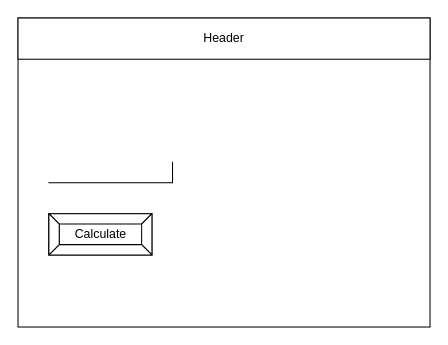
Above: design/story-board.drawio in Timothy-Manwell/ICS2O-Assignment-4 (draw.io), before the change. Source tidied: cells renumbered, new cells numbered last; positions are measured from the earlier drawing's top-left corner, leaving out a move shared by most shapes. Both pictures are drawn from the tidied source at 103%, with x=0, y=0 at pixel (18, 18).
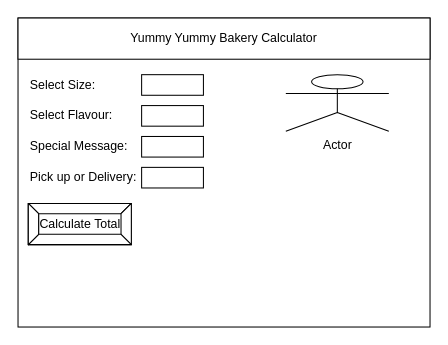
The same page after the edit.

What changed in the source:
```diff
@@
 <mxGraphModel>
   <root>
     <mxCell id="0" />
     <mxCell id="1" parent="0" />
     <mxCell id="2" style="rounded=0;whiteSpace=wrap;html=1;" parent="1" vertex="1">
       <mxGeometry width="400" height="300" as="geometry" />
     </mxCell>
-    <mxCell id="3" value="Header" style="rounded=0;whiteSpace=wrap;html=1;" parent="1" vertex="1">
+    <mxCell id="3" value="Yummy Yummy Bakery Calculator" style="rounded=0;whiteSpace=wrap;html=1;" parent="1" vertex="1">
       <mxGeometry width="400" height="40" as="geometry" />
     </mxCell>
-    <mxCell id="4" style="shape=partialRectangle;whiteSpace=wrap;html=1;top=0;left=0;fillColor=none;" parent="1" vertex="1">
-      <mxGeometry x="30" y="140" width="120" height="20" as="geometry" />
-    </mxCell>
-    <mxCell id="5" value="Calculate" style="labelPosition=center;verticalLabelPosition=middle;align=center;html=1;shape=mxgraph.basic.button;dx=10;" parent="1" vertex="1">
-      <mxGeometry x="30" y="190" width="100" height="40" as="geometry" />
+    <mxCell id="5" value="Calculate Total" style="labelPosition=center;verticalLabelPosition=middle;align=center;html=1;shape=mxgraph.basic.button;dx=10;" parent="1" vertex="1">
+      <mxGeometry x="10" y="180" width="100" height="40" as="geometry" />
     </mxCell>
+    <mxCell id="6" value="Select Size:" style="text;html=1;strokeColor=none;fillColor=none;align=left;verticalAlign=middle;whiteSpace=wrap;rounded=0;" parent="1" vertex="1">
+      <mxGeometry x="10" y="50" width="110" height="30" as="geometry" />
+    </mxCell>
+    <mxCell id="7" style="rounded=0;whiteSpace=wrap;html=1;" parent="1" vertex="1">
+      <mxGeometry x="120" y="55" width="60" height="20" as="geometry" />
+    </mxCell>
+    <mxCell id="8" value="Select Flavour:" style="text;html=1;strokeColor=none;fillColor=none;align=left;verticalAlign=middle;whiteSpace=wrap;rounded=0;" parent="1" vertex="1">
+      <mxGeometry x="10" y="80" width="110" height="30" as="geometry" />
+    </mxCell>
+    <mxCell id="9" style="rounded=0;whiteSpace=wrap;html=1;" parent="1" vertex="1">
+      <mxGeometry x="120" y="85" width="60" height="20" as="geometry" />
+    </mxCell>
+    <mxCell id="10" value="Pick up or Delivery:" style="text;html=1;strokeColor=none;fillColor=none;align=left;verticalAlign=middle;whiteSpace=wrap;rounded=0;" parent="1" vertex="1">
+      <mxGeometry x="10" y="140" width="110" height="30" as="geometry" />
+    </mxCell>
+    <mxCell id="11" style="rounded=0;whiteSpace=wrap;html=1;" parent="1" vertex="1">
+      <mxGeometry x="120" y="145" width="60" height="20" as="geometry" />
+    </mxCell>
+    <mxCell id="12" value="Special Message:" style="text;html=1;strokeColor=none;fillColor=none;align=left;verticalAlign=middle;whiteSpace=wrap;rounded=0;" parent="1" vertex="1">
+      <mxGeometry x="10" y="110" width="110" height="30" as="geometry" />
+    </mxCell>
+    <mxCell id="13" style="rounded=0;whiteSpace=wrap;html=1;" parent="1" vertex="1">
+      <mxGeometry x="120" y="115" width="60" height="20" as="geometry" />
+    </mxCell>
+    <mxCell id="14" value="Actor" style="shape=umlActor;verticalLabelPosition=bottom;verticalAlign=top;html=1;" parent="1" vertex="1">
+      <mxGeometry x="260" y="55" width="100" height="55" as="geometry" />
+    </mxCell>
   </root>
 </mxGraphModel>
```
